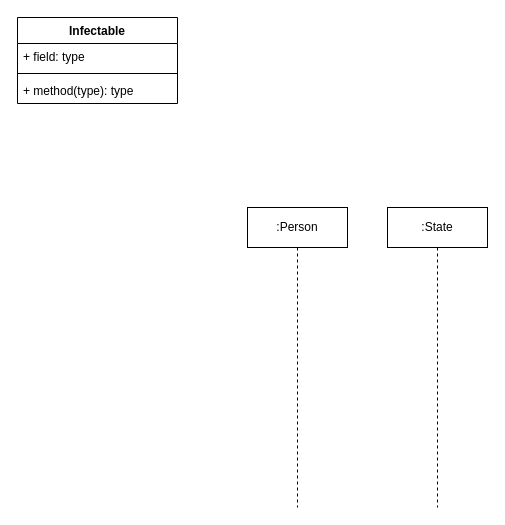
Earlier version of the draw.io diagram diagrams/Person getting infected by the virus..drawio (rolkon/covid-gof-patterns). Source tidied: cells renumbered, new cells numbered last; positions are measured from the earlier drawing's top-left corner, leaving out a move shared by most shapes. Both pictures are drawn from the tidied source at 100%, with x=0, y=0 at pixel (17, 17).
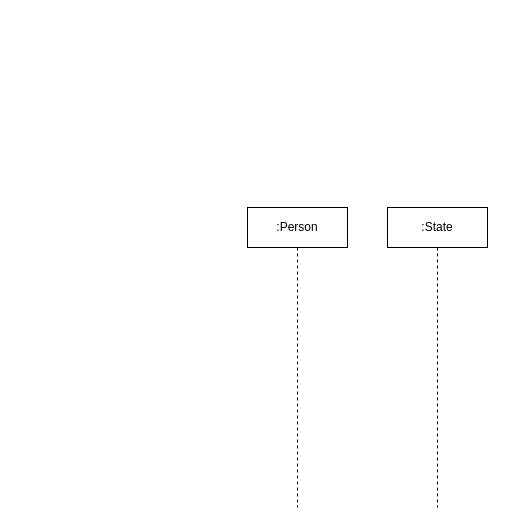
The same diagram, later.

The edit, as a diff of the source:
```diff
@@
 <mxGraphModel>
   <root>
     <mxCell id="0" />
     <mxCell id="1" parent="0" />
-    <mxCell id="2" value="Infectable" style="swimlane;fontStyle=1;align=center;verticalAlign=top;horizontal=1;startSize=26;" parent="1" vertex="1">
-      <mxGeometry width="160" height="86" as="geometry" />
-    </mxCell>
-    <mxCell id="3" value="+ field: type" style="text;strokeColor=none;fillColor=none;align=left;verticalAlign=top;spacingLeft=4;spacingRight=4;overflow=hidden;" parent="2" vertex="1">
-      <mxGeometry y="26" width="160" height="26" as="geometry" />
-    </mxCell>
-    <mxCell id="4" style="line;strokeWidth=1;fillColor=none;align=left;verticalAlign=middle;spacingTop=-1;spacingLeft=3;spacingRight=3;labelPosition=right;" parent="2" vertex="1">
-      <mxGeometry y="52" width="160" height="8" as="geometry" />
-    </mxCell>
-    <mxCell id="5" value="+ method(type): type" style="text;strokeColor=none;fillColor=none;align=left;verticalAlign=top;spacingLeft=4;spacingRight=4;overflow=hidden;" parent="2" vertex="1">
-      <mxGeometry y="60" width="160" height="26" as="geometry" />
-    </mxCell>
     <mxCell id="6" value=":Person" style="shape=umlLifeline;perimeter=lifelinePerimeter;whiteSpace=wrap;html=1;" parent="1" vertex="1">
       <mxGeometry x="230" y="190" width="100" height="300" as="geometry" />
     </mxCell>
     <mxCell id="7" value=":State" style="shape=umlLifeline;perimeter=lifelinePerimeter;whiteSpace=wrap;html=1;" parent="1" vertex="1">
       <mxGeometry x="370" y="190" width="100" height="300" as="geometry" />
     </mxCell>
   </root>
 </mxGraphModel>
```
